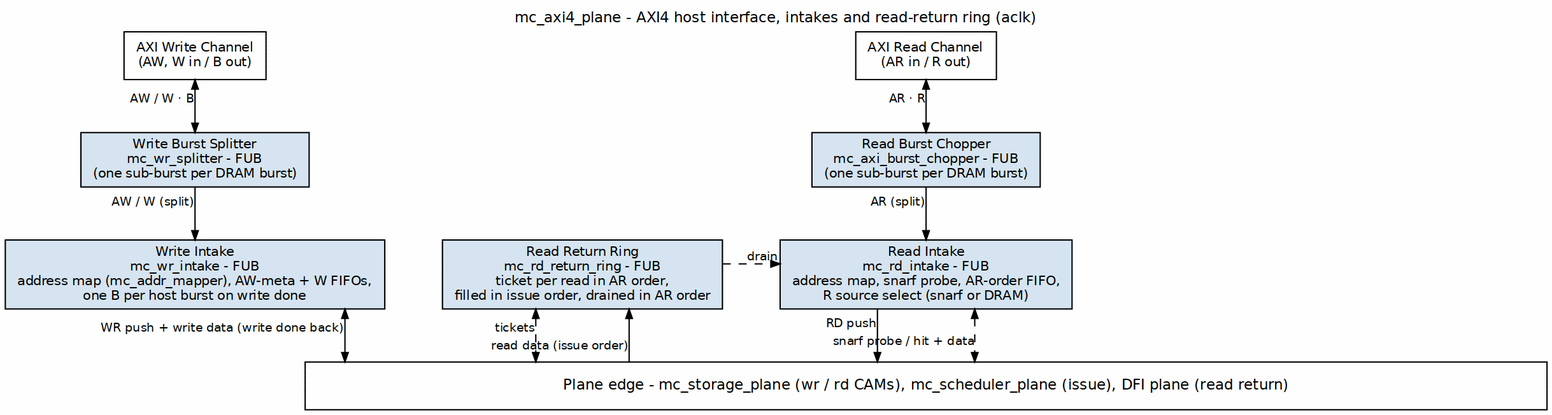
Before: projects/components/mem-ctrl-ip/common-ip/docs/common_mas/assets/graphviz/01_mc_axi4_plane.png, a diagram exported from Graphviz (sean-galloway/RTLDesignSherpa). Its source is kept beside it as projects/components/mem-ctrl-ip/common-ip/docs/common_mas/assets/graphviz/01_mc_axi4_plane.dot.
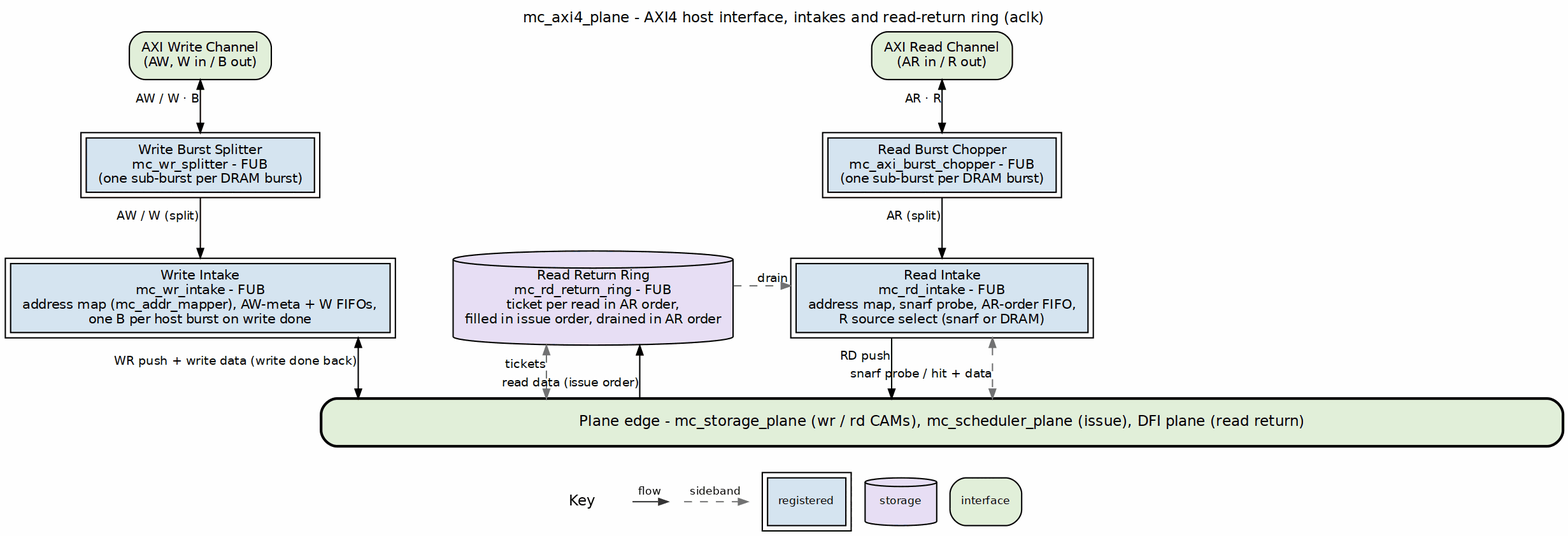
Later version of the same file.

The edit, as a diff of the source:
```diff
@@ -4,22 +4,22 @@
            label="mc_axi4_plane - AXI4 host interface, intakes and read-return ring (aclk)",
            labelloc=t, labeljust=c];
     node  [fontname="Helvetica", fontsize=10, shape=box, style=filled,
-           fillcolor="#D6E4F0", color="black", margin="0.12,0.06"];
+           fillcolor="white", color="black", margin="0.12,0.06"];
     edge  [fontname="Helvetica", fontsize=9, color="black", arrowsize=0.7];
 
-    axi_wr [label="AXI Write Channel\n(AW, W in / B out)", fillcolor="white", group=W];
-    axi_rd [label="AXI Read Channel\n(AR in / R out)", fillcolor="white", group=R];
+    axi_wr [label="AXI Write Channel\n(AW, W in / B out)", fillcolor="white", group=W, style="rounded,filled", fillcolor="#E2EFDA"];
+    axi_rd [label="AXI Read Channel\n(AR in / R out)", fillcolor="white", group=R, style="rounded,filled", fillcolor="#E2EFDA"];
 
-    wr_split [label="Write Burst Splitter\nmc_wr_splitter - FUB\n(one sub-burst per DRAM burst)", group=W];
-    rd_chop  [label="Read Burst Chopper\nmc_axi_burst_chopper - FUB\n(one sub-burst per DRAM burst)", group=R];
+    wr_split [label="Write Burst Splitter\nmc_wr_splitter - FUB\n(one sub-burst per DRAM burst)", group=W, peripheries=2, style="filled", fillcolor="#D6E4F0"];
+    rd_chop  [label="Read Burst Chopper\nmc_axi_burst_chopper - FUB\n(one sub-burst per DRAM burst)", group=R, peripheries=2, style="filled", fillcolor="#D6E4F0"];
 
-    wr_intake [label="Write Intake\nmc_wr_intake - FUB\naddress map (mc_addr_mapper), AW-meta + W FIFOs,\none B per host burst on write done", group=W];
-    rd_intake [label="Read Intake\nmc_rd_intake - FUB\naddress map, snarf probe, AR-order FIFO,\nR source select (snarf or DRAM)", group=R];
+    wr_intake [label="Write Intake\nmc_wr_intake - FUB\naddress map (mc_addr_mapper), AW-meta + W FIFOs,\none B per host burst on write done", group=W, peripheries=2, style="filled", fillcolor="#D6E4F0"];
+    rd_intake [label="Read Intake\nmc_rd_intake - FUB\naddress map, snarf probe, AR-order FIFO,\nR source select (snarf or DRAM)", group=R, peripheries=2, style="filled", fillcolor="#D6E4F0"];
 
-    ring [label="Read Return Ring\nmc_rd_return_ring - FUB\nticket per read in AR order,\nfilled in issue order, drained in AR order"];
+    ring [label="Read Return Ring\nmc_rd_return_ring - FUB\nticket per read in AR order,\nfilled in issue order, drained in AR order", shape=cylinder, style="filled", fillcolor="#E8DFF5"];
 
     bar [label="Plane edge - mc_storage_plane (wr / rd CAMs), mc_scheduler_plane (issue), DFI plane (read return)",
-         fillcolor="white", width=13, height=0.5, fontsize=11];
+         fillcolor="white", width=13, height=0.5, fontsize=11, style="rounded,filled,bold", fillcolor="#E2EFDA"];
 
     axi_wr   -> wr_split  [dir=both, xlabel="AW / W · B"];
     wr_split -> wr_intake [xlabel="AW / W (split)"];
@@ -29,11 +29,11 @@
     wr_intake -> bar [dir=both, xlabel="WR push + write data (write done back)"];
 
     rd_intake -> bar [xlabel="RD push"];
-    rd_intake -> bar [dir=both, style=dashed, xlabel="snarf probe / hit + data"];
+    rd_intake -> bar [dir=both, style=dashed, color="#777777", xlabel="snarf probe / hit + data"];
 
     bar  -> ring [constraint=false, xlabel="read data (issue order)"];
-    ring -> bar  [dir=both, constraint=false, style=dashed, xlabel="tickets"];
-    ring -> rd_intake [constraint=false, style=dashed, xlabel="drain"];
+    ring -> bar  [dir=both, constraint=false, style=dashed, color="#777777", xlabel="tickets"];
+    ring -> rd_intake [constraint=false, style=dashed, color="#777777", xlabel="drain"];
 
     { rank=same; axi_wr; axi_rd; }
     { rank=same; wr_split; rd_chop; }
```
